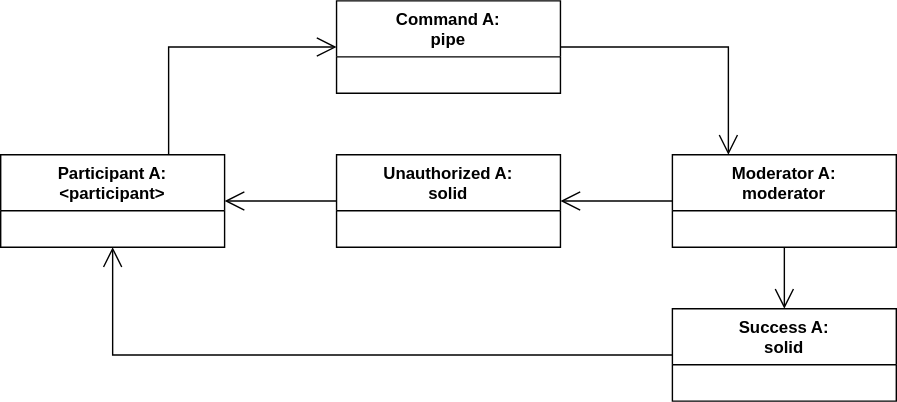
The draw.io diagram doc/control_interface.svg in vitalii-samoilenko/ai-chat-bot, before a commit. Source tidied: cells renumbered, new cells last; positions are measured from the earlier drawing's top-left corner, leaving out a move shared by most shapes.
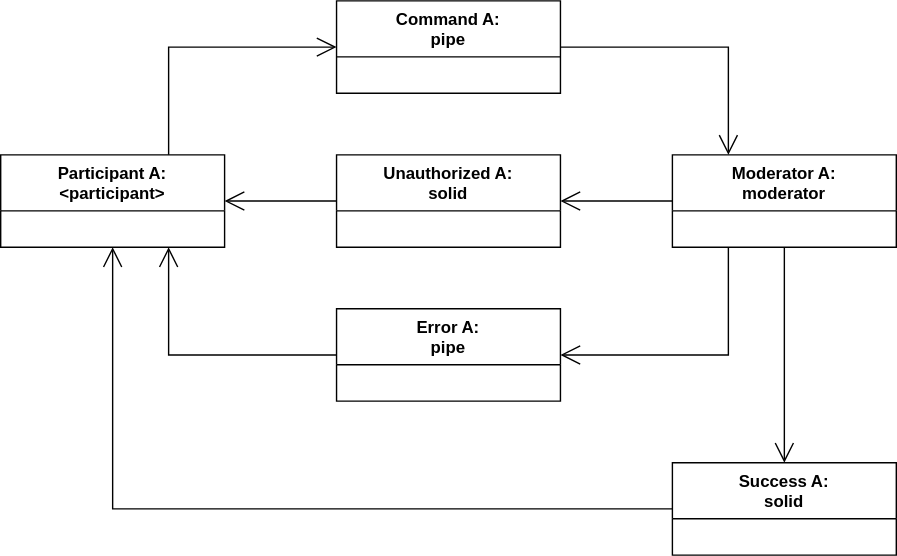
The same file after the commit.

Commit message:
Error channel for control interface

Change to the diagram source:
```diff
@@ -12,7 +12,7 @@
       <mxGeometry x="240" y="110" width="160" height="66" as="geometry" />
     </mxCell>
     <mxCell id="5" value="Success A:&lt;div&gt;solid&lt;/div&gt;" style="swimlane;fontStyle=1;align=center;verticalAlign=top;horizontal=1;startSize=40;whiteSpace=wrap;html=1;" parent="1" vertex="1">
-      <mxGeometry x="480" y="220" width="160" height="66" as="geometry" />
+      <mxGeometry x="480" y="330" width="160" height="66" as="geometry" />
     </mxCell>
     <mxCell id="6" value="Participant A:&lt;div&gt;&amp;lt;participant&amp;gt;&lt;/div&gt;" style="swimlane;fontStyle=1;align=center;verticalAlign=top;horizontal=1;startSize=40;whiteSpace=wrap;html=1;" parent="1" vertex="1">
       <mxGeometry y="110" width="160" height="66" as="geometry" />
@@ -27,7 +27,7 @@
     <mxCell id="8" style="endArrow=open;endFill=1;endSize=12;html=1;rounded=0;entryX=0.5;entryY=1;entryDx=0;entryDy=0;" parent="1" edge="1" source="5" target="6">
       <mxGeometry relative="1" as="geometry">
         <Array as="points">
-          <mxPoint x="80" y="253" />
+          <mxPoint x="80" y="363" />
         </Array>
       </mxGeometry>
     </mxCell>
@@ -47,5 +47,22 @@
     <mxCell id="12" style="endArrow=open;endFill=1;endSize=12;html=1;rounded=0;" parent="1" edge="1" source="2" target="5">
       <mxGeometry relative="1" as="geometry" />
     </mxCell>
+    <mxCell id="13" value="Error A:&lt;div&gt;pipe&lt;/div&gt;" style="swimlane;fontStyle=1;align=center;verticalAlign=top;horizontal=1;startSize=40;whiteSpace=wrap;html=1;" parent="1" vertex="1">
+      <mxGeometry x="240" y="220" width="160" height="66" as="geometry" />
+    </mxCell>
+    <mxCell id="14" style="endArrow=open;endFill=1;endSize=12;html=1;rounded=0;exitX=0.25;exitY=1;exitDx=0;exitDy=0;" parent="1" edge="1" source="2" target="13">
+      <mxGeometry relative="1" as="geometry">
+        <Array as="points">
+          <mxPoint x="520" y="253" />
+        </Array>
+      </mxGeometry>
+    </mxCell>
+    <mxCell id="15" style="endArrow=open;endFill=1;endSize=12;html=1;rounded=0;entryX=0.75;entryY=1;entryDx=0;entryDy=0;" parent="1" edge="1" source="13" target="6">
+      <mxGeometry relative="1" as="geometry">
+        <Array as="points">
+          <mxPoint x="120" y="253" />
+        </Array>
+      </mxGeometry>
+    </mxCell>
   </root>
 </mxGraphModel>
```
